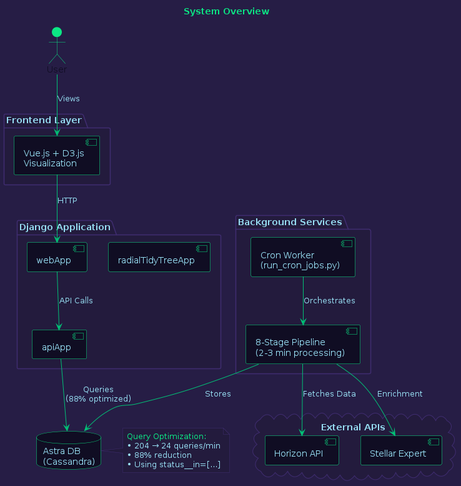
Earlier version of the PlantUML export diagrams/01_system_overview.png (areveur51/StellarMapWeb).
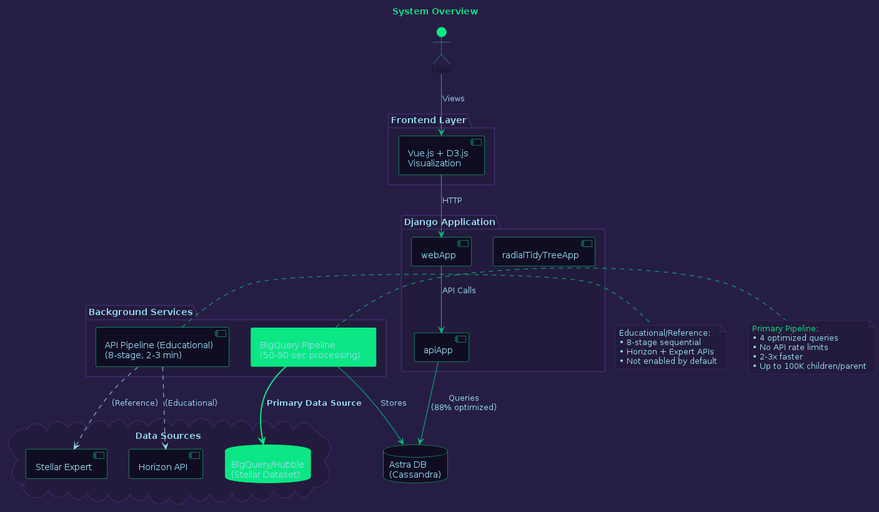
The same diagram one commit later.

Commit message:
Update diagrams in the README file to reflect current system architecture

What changed in the source:
```diff
@@ -55,11 +55,12 @@
 }
 
 package "Background Services" #231B3D {
-  component "Cron Worker\n(run_cron_jobs.py)" as CronWorker
-  component "8-Stage Pipeline\n(2-3 min processing)" as Pipeline
+  component "BigQuery Pipeline\n(50-90 sec processing)" as BQPipeline #0BE784
+  component "API Pipeline (Educational)\n(8-stage, 2-3 min)" as APIPipeline
 }
 
-cloud "External APIs" #231B3D {
+cloud "Data Sources" #231B3D {
+  database "BigQuery/Hubble\n(Stellar Dataset)" as BigQuery #0BE784
   component "Horizon API" as Horizon
   component "Stellar Expert" as Expert
 }
@@ -70,16 +71,24 @@
 Frontend -[#01C176]-> WebApp : "HTTP"
 WebApp -[#01C176]-> ApiApp : "API Calls"
 ApiApp -[#01C176]-> DB : "Queries\n(88% optimized)"
-CronWorker -[#01C176]-> Pipeline : "Orchestrates"
-Pipeline -[#01C176]-> Horizon : "Fetches Data"
-Pipeline -[#01C176]-> Expert : "Enrichment"
-Pipeline -[#01C176]-> DB : "Stores"
+BQPipeline -[#0BE784,bold]-> BigQuery : "<b>Primary Data Source"
+BQPipeline -[#01C176]-> DB : "Stores"
+APIPipeline -[#96DDF2,dashed]-> Horizon : "(Educational)"
+APIPipeline -[#96DDF2,dashed]-> Expert : "(Reference)"
 
-note right of DB #231B3D
-  <color:#0BE784>Query Optimization:
-  <color:#96DDF2>• 204 → 24 queries/min
-  • 88% reduction
-  • Using status__in=[...]
+note right of BQPipeline #231B3D
+  <color:#0BE784>Primary Pipeline:
+  <color:#96DDF2>• 4 optimized queries
+  <color:#96DDF2>• No API rate limits
+  <color:#96DDF2>• 2-3x faster
+  <color:#96DDF2>• Up to 100K children/parent
+end note
+
+note right of APIPipeline #231B3D
+  <color:#96DDF2>Educational/Reference:
+  <color:#96DDF2>• 8-stage sequential
+  <color:#96DDF2>• Horizon + Expert APIs
+  <color:#96DDF2>• Not enabled by default
 end note
 
 @enduml
```
